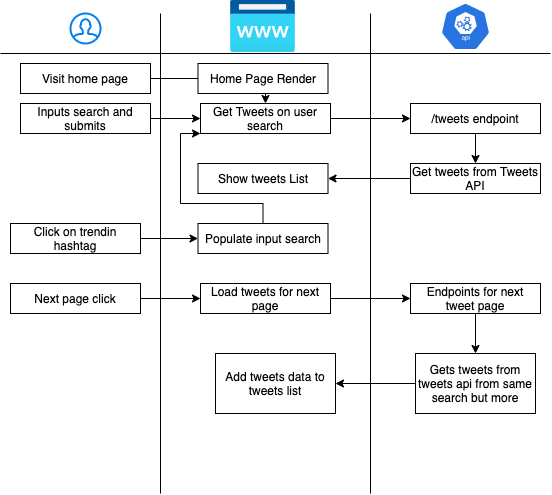
sanssitk/Twiter__Clone keeps this draw.io diagram as Untitled Diagram.png. Above is the earlier version. Source tidied: cells renumbered, new cells last; positions are measured from the earlier drawing's top-left corner, leaving out a move shared by most shapes. Its diagram source:
```xml
<mxGraphModel>
  <root>
    <mxCell id="0" />
    <mxCell id="1" parent="0" />
    <mxCell id="2" style="html=1;verticalLabelPosition=bottom;align=center;labelBackgroundColor=#ffffff;verticalAlign=top;strokeWidth=2;strokeColor=#0080F0;shadow=0;dashed=0;shape=mxgraph.ios7.icons.user;" parent="1" vertex="1">
      <mxGeometry x="70" y="13" width="30" height="30" as="geometry" />
    </mxCell>
    <mxCell id="3" style="html=1;align=center;image;fontSize=12;image=img/lib/azure2/app_services/App_Service_Domains.svg;" parent="1" vertex="1">
      <mxGeometry x="230" width="65" height="52" as="geometry" />
    </mxCell>
    <mxCell id="4" style="html=1;dashed=0;whitespace=wrap;fillColor=#2875E2;strokeColor=#ffffff;shape=mxgraph.kubernetes.icon;prIcon=api;" parent="1" vertex="1">
      <mxGeometry x="440" y="2" width="50" height="48" as="geometry" />
    </mxCell>
    <mxCell id="5" style="endArrow=none;html=1;" parent="1" edge="1">
      <mxGeometry relative="1" as="geometry">
        <mxPoint x="160" y="493" as="sourcePoint" />
        <mxPoint x="160" y="13" as="targetPoint" />
      </mxGeometry>
    </mxCell>
    <mxCell id="6" style="endArrow=none;html=1;" parent="1" edge="1">
      <mxGeometry relative="1" as="geometry">
        <mxPoint x="370" y="493" as="sourcePoint" />
        <mxPoint x="370" y="13" as="targetPoint" />
      </mxGeometry>
    </mxCell>
    <mxCell id="7" style="endArrow=none;html=1;" parent="1" edge="1">
      <mxGeometry relative="1" as="geometry">
        <mxPoint y="53" as="sourcePoint" />
        <mxPoint x="550" y="53" as="targetPoint" />
      </mxGeometry>
    </mxCell>
    <mxCell id="8" style="edgeStyle=orthogonalEdgeStyle;rounded=0;jettySize=auto;html=1;" parent="1" edge="1" source="9" target="14">
      <mxGeometry relative="1" as="geometry" />
    </mxCell>
    <mxCell id="9" value="Visit home page" style="rounded=0;whiteSpace=wrap;html=1;" parent="1" vertex="1">
      <mxGeometry x="20" y="63" width="130" height="30" as="geometry" />
    </mxCell>
    <mxCell id="10" value="Home Page Render" style="rounded=0;whiteSpace=wrap;html=1;" parent="1" vertex="1">
      <mxGeometry x="197.5" y="63" width="130" height="30" as="geometry" />
    </mxCell>
    <mxCell id="11" style="edgeStyle=orthogonalEdgeStyle;rounded=0;jettySize=auto;html=1;" parent="1" edge="1" source="12" target="14">
      <mxGeometry relative="1" as="geometry" />
    </mxCell>
    <mxCell id="12" value="Inputs search and submits" style="rounded=0;whiteSpace=wrap;html=1;" parent="1" vertex="1">
      <mxGeometry x="20" y="103" width="130" height="30" as="geometry" />
    </mxCell>
    <mxCell id="13" style="edgeStyle=orthogonalEdgeStyle;rounded=0;jettySize=auto;html=1;" parent="1" edge="1" source="14" target="16">
      <mxGeometry relative="1" as="geometry" />
    </mxCell>
    <mxCell id="14" value="Get Tweets on user search" style="rounded=0;whiteSpace=wrap;html=1;" parent="1" vertex="1">
      <mxGeometry x="200" y="103" width="130" height="30" as="geometry" />
    </mxCell>
    <mxCell id="15" style="edgeStyle=orthogonalEdgeStyle;rounded=0;jettySize=auto;html=1;" parent="1" edge="1" source="16" target="18">
      <mxGeometry relative="1" as="geometry" />
    </mxCell>
    <mxCell id="16" value="/tweets endpoint" style="rounded=0;whiteSpace=wrap;html=1;" parent="1" vertex="1">
      <mxGeometry x="410" y="103" width="130" height="30" as="geometry" />
    </mxCell>
    <mxCell id="17" style="edgeStyle=orthogonalEdgeStyle;rounded=0;jettySize=auto;html=1;" parent="1" edge="1" source="18" target="19">
      <mxGeometry relative="1" as="geometry" />
    </mxCell>
    <mxCell id="18" value="Get tweets from Tweets API" style="rounded=0;whiteSpace=wrap;html=1;" parent="1" vertex="1">
      <mxGeometry x="410" y="163" width="130" height="30" as="geometry" />
    </mxCell>
    <mxCell id="19" value="Show tweets List" style="rounded=0;whiteSpace=wrap;html=1;" parent="1" vertex="1">
      <mxGeometry x="197.5" y="163" width="130" height="30" as="geometry" />
    </mxCell>
    <mxCell id="20" style="edgeStyle=orthogonalEdgeStyle;rounded=0;jettySize=auto;html=1;" parent="1" edge="1" source="21" target="23">
      <mxGeometry relative="1" as="geometry" />
    </mxCell>
    <mxCell id="21" value="Click on trendin hashtag" style="rounded=0;whiteSpace=wrap;html=1;" parent="1" vertex="1">
      <mxGeometry x="10" y="223" width="130" height="30" as="geometry" />
    </mxCell>
    <mxCell id="22" style="edgeStyle=orthogonalEdgeStyle;rounded=0;jettySize=auto;html=1;entryX=0;entryY=1;entryDx=0;entryDy=0;" parent="1" edge="1" source="23" target="14">
      <mxGeometry relative="1" as="geometry">
        <Array as="points">
          <mxPoint x="263" y="203" />
          <mxPoint x="180" y="203" />
          <mxPoint x="180" y="133" />
        </Array>
      </mxGeometry>
    </mxCell>
    <mxCell id="23" value="Populate input search" style="rounded=0;whiteSpace=wrap;html=1;" parent="1" vertex="1">
      <mxGeometry x="197.5" y="223" width="130" height="30" as="geometry" />
    </mxCell>
    <mxCell id="24" style="edgeStyle=orthogonalEdgeStyle;rounded=0;jettySize=auto;html=1;" parent="1" edge="1" source="25" target="27">
      <mxGeometry relative="1" as="geometry" />
    </mxCell>
    <mxCell id="25" value="Next page click" style="rounded=0;whiteSpace=wrap;html=1;" parent="1" vertex="1">
      <mxGeometry x="10" y="283" width="130" height="30" as="geometry" />
    </mxCell>
    <mxCell id="26" style="edgeStyle=orthogonalEdgeStyle;rounded=0;jettySize=auto;html=1;" parent="1" edge="1" source="27" target="29">
      <mxGeometry relative="1" as="geometry" />
    </mxCell>
    <mxCell id="27" value="Load tweets for next page" style="rounded=0;whiteSpace=wrap;html=1;" parent="1" vertex="1">
      <mxGeometry x="200" y="283" width="130" height="30" as="geometry" />
    </mxCell>
    <mxCell id="28" style="edgeStyle=orthogonalEdgeStyle;rounded=0;jettySize=auto;html=1;" parent="1" edge="1" source="29" target="31">
      <mxGeometry relative="1" as="geometry" />
    </mxCell>
    <mxCell id="29" value="Endpoints for next tweet page" style="rounded=0;whiteSpace=wrap;html=1;" parent="1" vertex="1">
      <mxGeometry x="410" y="283" width="130" height="30" as="geometry" />
    </mxCell>
    <mxCell id="30" style="edgeStyle=orthogonalEdgeStyle;rounded=0;jettySize=auto;html=1;" parent="1" edge="1" source="31" target="32">
      <mxGeometry relative="1" as="geometry" />
    </mxCell>
    <mxCell id="31" value="&lt;span&gt;Gets tweets from tweets api from same search but more&lt;/span&gt;" style="whiteSpace=wrap;html=1;rounded=0;" parent="1" vertex="1">
      <mxGeometry x="415" y="353" width="120" height="60" as="geometry" />
    </mxCell>
    <mxCell id="32" value="Add tweets data to tweets list" style="whiteSpace=wrap;html=1;rounded=0;" parent="1" vertex="1">
      <mxGeometry x="215" y="353" width="120" height="60" as="geometry" />
    </mxCell>
  </root>
</mxGraphModel>
```
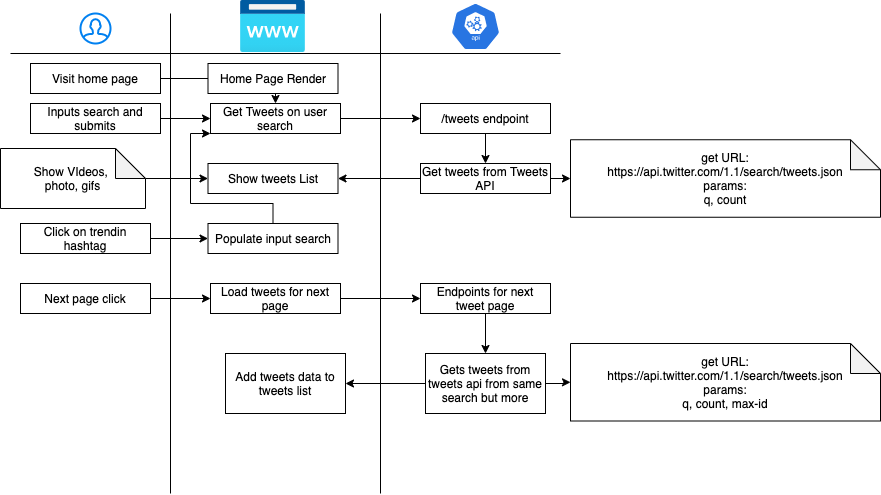
After the commit.

Change to the diagram source:
```diff
@@ -59,6 +59,9 @@
     <mxCell id="17" style="edgeStyle=orthogonalEdgeStyle;rounded=0;jettySize=auto;html=1;" parent="1" edge="1" source="18" target="19">
       <mxGeometry relative="1" as="geometry" />
     </mxCell>
+    <mxCell id="33" style="edgeStyle=orthogonalEdgeStyle;rounded=0;jettySize=auto;html=1;" parent="1" edge="1" source="18" target="37">
+      <mxGeometry relative="1" as="geometry" />
+    </mxCell>
     <mxCell id="18" value="Get tweets from Tweets API" style="rounded=0;whiteSpace=wrap;html=1;" parent="1" vertex="1">
       <mxGeometry x="410" y="163" width="130" height="30" as="geometry" />
     </mxCell>
@@ -104,11 +107,26 @@
     <mxCell id="30" style="edgeStyle=orthogonalEdgeStyle;rounded=0;jettySize=auto;html=1;" parent="1" edge="1" source="31" target="32">
       <mxGeometry relative="1" as="geometry" />
     </mxCell>
+    <mxCell id="34" style="edgeStyle=orthogonalEdgeStyle;rounded=0;jettySize=auto;html=1;" parent="1" edge="1" source="31" target="38">
+      <mxGeometry relative="1" as="geometry" />
+    </mxCell>
     <mxCell id="31" value="&lt;span&gt;Gets tweets from tweets api from same search but more&lt;/span&gt;" style="whiteSpace=wrap;html=1;rounded=0;" parent="1" vertex="1">
       <mxGeometry x="415" y="353" width="120" height="60" as="geometry" />
     </mxCell>
     <mxCell id="32" value="Add tweets data to tweets list" style="whiteSpace=wrap;html=1;rounded=0;" parent="1" vertex="1">
       <mxGeometry x="215" y="353" width="120" height="60" as="geometry" />
     </mxCell>
+    <mxCell id="35" style="edgeStyle=orthogonalEdgeStyle;rounded=0;jettySize=auto;html=1;" parent="1" edge="1" source="36" target="19">
+      <mxGeometry relative="1" as="geometry" />
+    </mxCell>
+    <mxCell id="36" value="Show VIdeos, &lt;br&gt;photo, gifs" style="shape=note;whiteSpace=wrap;html=1;backgroundOutline=1;darkOpacity=0.05;" parent="1" vertex="1">
+      <mxGeometry x="-10" y="148" width="145" height="60" as="geometry" />
+    </mxCell>
+    <mxCell id="37" value="&lt;font style=&quot;background-color: rgb(255 , 255 , 255)&quot;&gt;get URL:&lt;br&gt;&lt;span style=&quot;font-family: &amp;#34;inter&amp;#34; , &amp;#34;opensans&amp;#34; , &amp;#34;helvetica&amp;#34; , &amp;#34;arial&amp;#34; , sans-serif ; text-align: left&quot;&gt;https://api.twitter.com/1.1/search/tweets.json&lt;br&gt;params:&lt;br&gt;q, count&lt;br&gt;&lt;/span&gt;&lt;/font&gt;" style="shape=note;whiteSpace=wrap;html=1;backgroundOutline=1;darkOpacity=0.05;" parent="1" vertex="1">
+      <mxGeometry x="560" y="139.2" width="310" height="77.5" as="geometry" />
+    </mxCell>
+    <mxCell id="38" value="&lt;font style=&quot;background-color: rgb(255 , 255 , 255)&quot;&gt;get URL:&lt;br&gt;&lt;span style=&quot;font-family: &amp;#34;inter&amp;#34; , &amp;#34;opensans&amp;#34; , &amp;#34;helvetica&amp;#34; , &amp;#34;arial&amp;#34; , sans-serif ; text-align: left&quot;&gt;https://api.twitter.com/1.1/search/tweets.json&lt;br&gt;params:&lt;br&gt;q, count, max-id&lt;br&gt;&lt;/span&gt;&lt;/font&gt;" style="shape=note;whiteSpace=wrap;html=1;backgroundOutline=1;darkOpacity=0.05;" parent="1" vertex="1">
+      <mxGeometry x="560" y="343" width="310" height="77.5" as="geometry" />
+    </mxCell>
   </root>
 </mxGraphModel>
```
